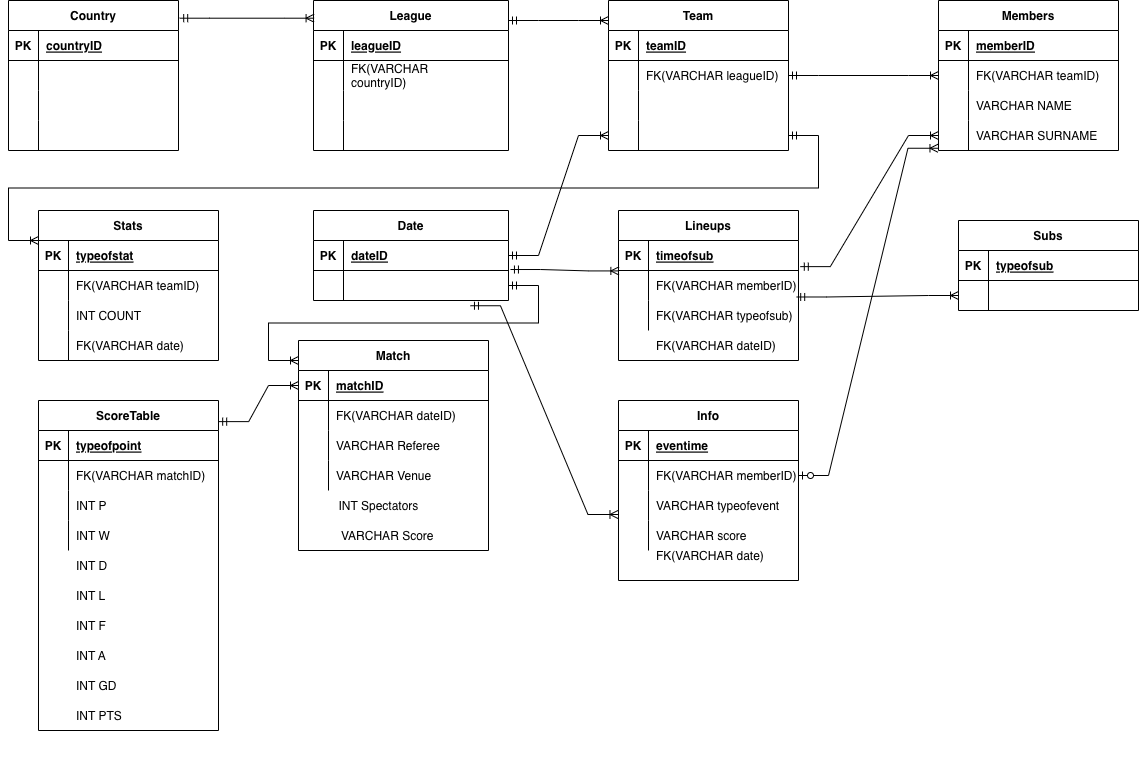
Above: Team 7- ERD.png in peterdsp/Team-7-Relational-Database-Concepts-Mini-Assignment (draw.io), before the change. Source tidied: cells renumbered, new cells last; positions are measured from the earlier drawing's top-left corner, leaving out a move shared by most shapes.
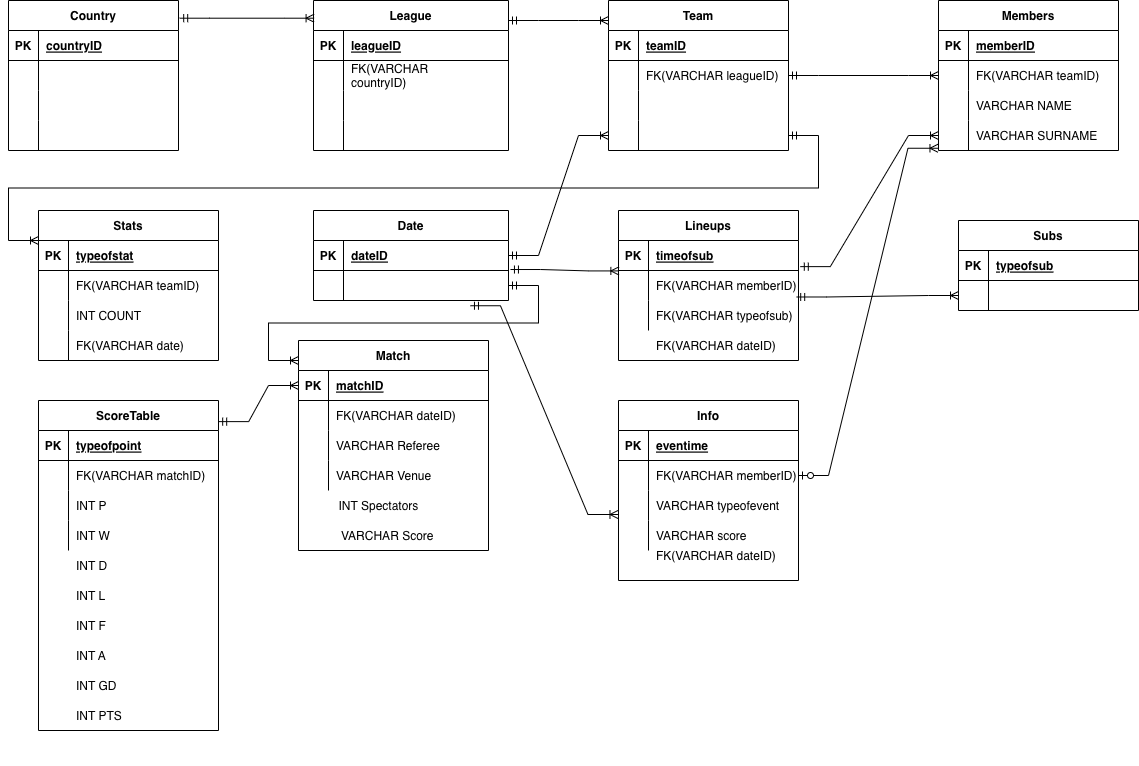
Later version of the same file.

Change to the diagram source:
```diff
@@ -459,7 +459,7 @@
     <mxCell id="151" style="edgeStyle=entityRelationEdgeStyle;fontSize=12;html=1;endArrow=ERoneToMany;startArrow=ERmandOne;rounded=0;entryX=0;entryY=0.5;entryDx=0;entryDy=0;exitX=0.99;exitY=-0.117;exitDx=0;exitDy=0;exitPerimeter=0;" parent="1" edge="1" source="121" target="128">
       <mxGeometry relative="1" as="geometry" />
     </mxCell>
-    <mxCell id="152" value="FK(VARCHAR date)" style="shape=partialRectangle;fillColor=none;top=0;left=0;bottom=0;right=0;align=left;spacingLeft=6;overflow=hidden;" parent="1" vertex="1">
+    <mxCell id="152" value="FK(VARCHAR dateID)" style="shape=partialRectangle;fillColor=none;top=0;left=0;bottom=0;right=0;align=left;spacingLeft=6;overflow=hidden;" parent="1" vertex="1">
       <mxGeometry x="640" y="540" width="150" height="30" as="geometry" />
     </mxCell>
     <mxCell id="153" style="edgeStyle=entityRelationEdgeStyle;fontSize=12;html=1;endArrow=ERoneToMany;startArrow=ERzeroToOne;rounded=0;exitX=1;exitY=0.5;exitDx=0;exitDy=0;entryX=-0.003;entryY=0.925;entryDx=0;entryDy=0;entryPerimeter=0;" parent="1" edge="1" source="105" target="98">
```
